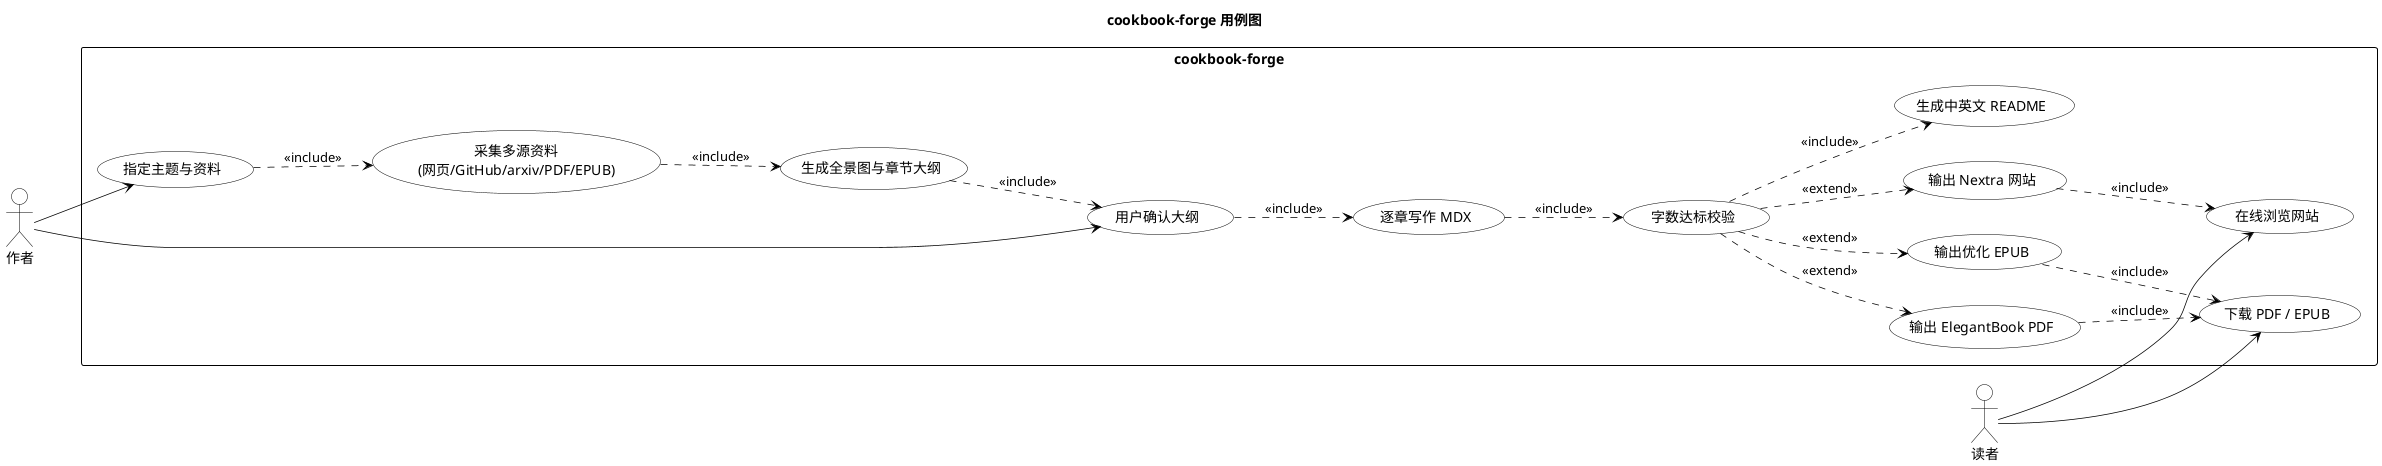
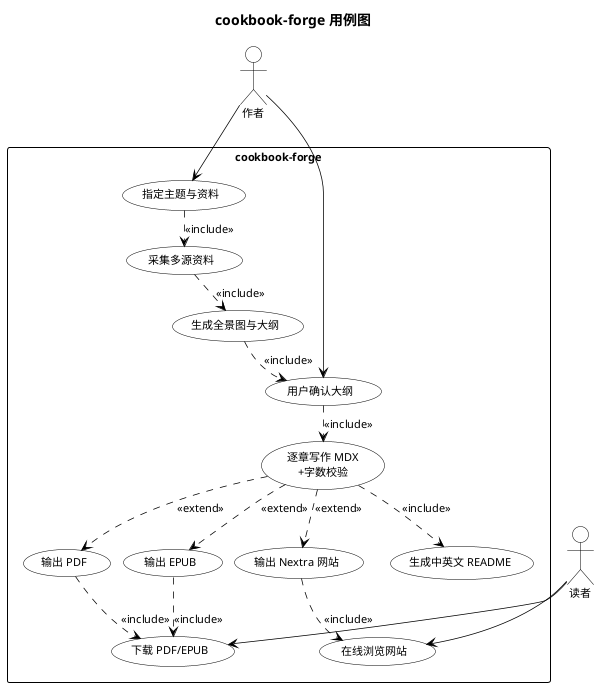
@startuml
skinparam monochrome true
skinparam shadowing false
skinparam backgroundColor #FFFFFF
skinparam defaultFontColor #000000
skinparam defaultFontName "WenQuanYi Micro Hei"
skinparam ActorBackgroundColor #FFFFFF
skinparam ActorBorderColor #000000
skinparam UsecaseBackgroundColor #FFFFFF
skinparam UsecaseBorderColor #000000
skinparam RectangleBackgroundColor #FFFFFF
skinparam RectangleBorderColor #000000
skinparam ArrowColor #000000
skinparam ArrowThickness 0.75
+ skinparam defaultFontSize 11
+ skinparam nodesep 12
+ skinparam ranksep 20

title cookbook-forge 用例图

- left to right direction
+ top to bottom direction

- actor 作者
- actor 读者
+ actor 作者 as AUTHOR
+ actor 读者 as READER

rectangle "cookbook-forge" {
  usecase "指定主题与资料" as UC0
-   usecase "采集多源资料\n(网页/GitHub/arxiv/PDF/EPUB)" as UC1
-   usecase "生成全景图与章节大纲" as UC2
+   usecase "采集多源资料" as UC1
+   usecase "生成全景图与大纲" as UC2
  usecase "用户确认大纲" as UC3
-   usecase "逐章写作 MDX" as UC4
-   usecase "字数达标校验" as UC5
-   usecase "输出 ElegantBook PDF" as UC6
+   usecase "逐章写作 MDX\n+字数校验" as UC4
+   usecase "输出 PDF" as UC6
  usecase "输出 Nextra 网站" as UC7
-   usecase "输出优化 EPUB" as UC8
+   usecase "输出 EPUB" as UC8
  usecase "生成中英文 README" as UC9
  usecase "在线浏览网站" as UC10
-   usecase "下载 PDF / EPUB" as UC11
+   usecase "下载 PDF/EPUB" as UC11
}

- 作者 --> UC0
- 作者 --> UC3
+ AUTHOR --> UC0
+ AUTHOR --> UC3
UC0 ..> UC1 : <<include>>
UC1 ..> UC2 : <<include>>
UC2 ..> UC3 : <<include>>
UC3 ..> UC4 : <<include>>
- UC4 ..> UC5 : <<include>>
- UC5 ..> UC6 : <<extend>>
- UC5 ..> UC7 : <<extend>>
- UC5 ..> UC8 : <<extend>>
- UC5 ..> UC9 : <<include>>
+ UC4 ..> UC6 : <<extend>>
+ UC4 ..> UC7 : <<extend>>
+ UC4 ..> UC8 : <<extend>>
+ UC4 ..> UC9 : <<include>>
UC7 ..> UC10 : <<include>>
UC6 ..> UC11 : <<include>>
UC8 ..> UC11 : <<include>>
- 读者 --> UC10
- 读者 --> UC11
+ READER --> UC10
+ READER --> UC11
+ 
+ UC0 -[hidden]down- UC6
+ UC1 -[hidden]down- UC7
+ UC2 -[hidden]down- UC8
+ UC3 -[hidden]down- UC9
+ UC4 -[hidden]down- UC10
+ 
@enduml
